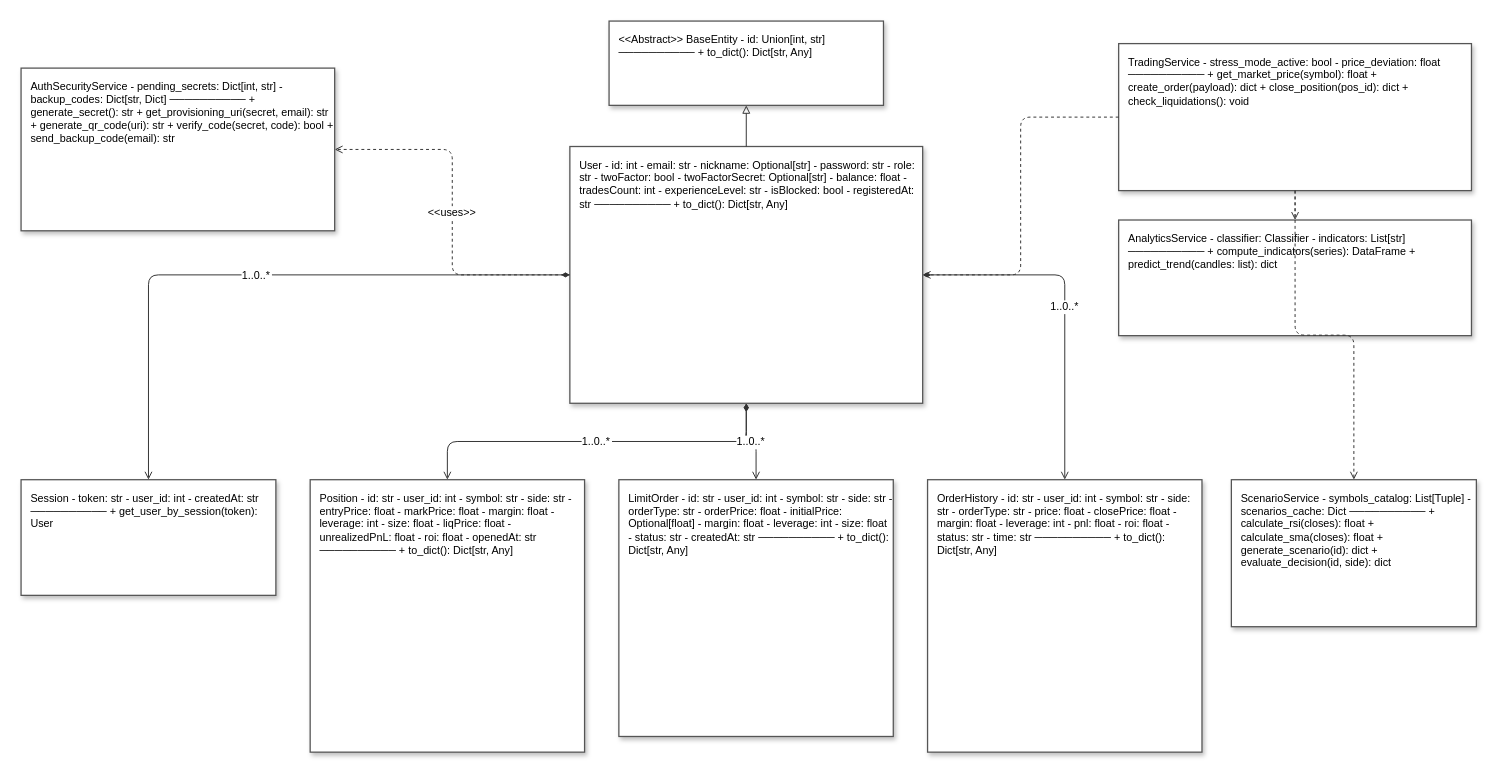
Above: page "2 Діаграма класів" (3 of 10) of ByGigaBit_8_діаграм.drawio in Hast1k/bygigabit (draw.io), before the change. Source tidied: cells renumbered, new cells numbered last; positions are measured from the earlier drawing's top-left corner, leaving out a move shared by most shapes. Both pictures are drawn from the tidied source at 98%, with x=0, y=0 at pixel (21, 21).
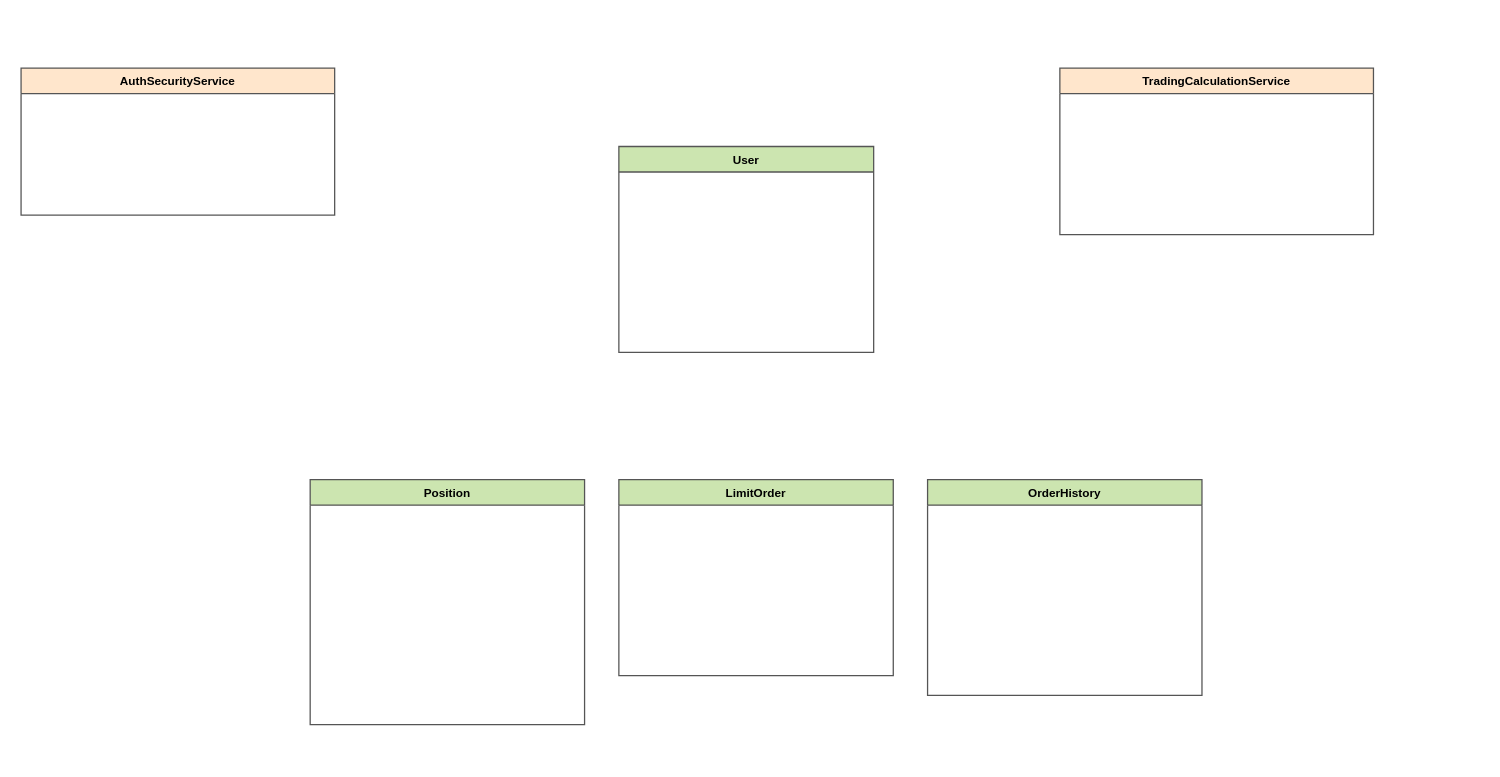
After the change.

Diff of the diagram source:
```diff
@@
-    <mxCell id="2" value="&lt;&lt;Abstract&gt;&gt; BaseEntity  - id: Union[int, str] ────────── + to_dict(): Dict[str, Any]" style="rounded=0;whiteSpace=wrap;html=0;fillColor=#ffffff;strokeColor=#555555;strokeWidth=1.3;align=left;verticalAlign=top;spacingLeft=8;spacingTop=6;fontSize=11;shadow=1;" parent="1" vertex="1">
-      <mxGeometry x="600" width="280" height="86" as="geometry" />
+    <mxCell id="2" value="User" style="swimlane;fontStyle=1;align=center;verticalAlign=top;horizontal=1;startSize=26;html=0;fillColor=#cce5b0;strokeColor=#555555;strokeWidth=1.3;" parent="1" vertex="1">
+      <mxGeometry x="610" y="128" width="260" height="210" as="geometry" />
     </mxCell>
-    <mxCell id="3" value="User  - id: int - email: str - nickname: Optional[str] - password: str - role: str - twoFactor: bool - twoFactorSecret: Optional[str] - balance: float - tradesCount: int - experienceLevel: str - isBlocked: bool - registeredAt: str ────────── + to_dict(): Dict[str, Any]" style="rounded=0;whiteSpace=wrap;html=0;fillColor=#ffffff;strokeColor=#555555;strokeWidth=1.3;align=left;verticalAlign=top;spacingLeft=8;spacingTop=6;fontSize=11;shadow=1;" parent="1" vertex="1">
-      <mxGeometry x="560" y="128" width="360" height="262" as="geometry" />
+    <mxCell id="3" value="Position" style="swimlane;fontStyle=1;align=center;verticalAlign=top;horizontal=1;startSize=26;html=0;fillColor=#cce5b0;strokeColor=#555555;strokeWidth=1.3;" parent="1" vertex="1">
+      <mxGeometry x="295" y="468" width="280" height="250" as="geometry" />
     </mxCell>
-    <mxCell id="4" value="Session  - token: str - user_id: int - createdAt: str ────────── + get_user_by_session(token): User" style="rounded=0;whiteSpace=wrap;html=0;fillColor=#ffffff;strokeColor=#555555;strokeWidth=1.3;align=left;verticalAlign=top;spacingLeft=8;spacingTop=6;fontSize=11;shadow=1;" parent="1" vertex="1">
-      <mxGeometry y="468" width="260" height="118" as="geometry" />
+    <mxCell id="4" value="LimitOrder" style="swimlane;fontStyle=1;align=center;verticalAlign=top;horizontal=1;startSize=26;html=0;fillColor=#cce5b0;strokeColor=#555555;strokeWidth=1.3;" parent="1" vertex="1">
+      <mxGeometry x="610" y="468" width="280" height="200" as="geometry" />
     </mxCell>
-    <mxCell id="5" value="Position  - id: str - user_id: int - symbol: str - side: str - entryPrice: float - markPrice: float - margin: float - leverage: int - size: float - liqPrice: float - unrealizedPnL: float - roi: float - openedAt: str ────────── + to_dict(): Dict[str, Any]" style="rounded=0;whiteSpace=wrap;html=0;fillColor=#ffffff;strokeColor=#555555;strokeWidth=1.3;align=left;verticalAlign=top;spacingLeft=8;spacingTop=6;fontSize=11;shadow=1;" parent="1" vertex="1">
-      <mxGeometry x="295" y="468" width="280" height="278" as="geometry" />
+    <mxCell id="5" value="OrderHistory" style="swimlane;fontStyle=1;align=center;verticalAlign=top;horizontal=1;startSize=26;html=0;fillColor=#cce5b0;strokeColor=#555555;strokeWidth=1.3;" parent="1" vertex="1">
+      <mxGeometry x="925" y="468" width="280" height="220" as="geometry" />
     </mxCell>
-    <mxCell id="6" value="LimitOrder  - id: str - user_id: int - symbol: str - side: str - orderType: str - orderPrice: float - initialPrice: Optional[float] - margin: float - leverage: int - size: float - status: str - createdAt: str ────────── + to_dict(): Dict[str, Any]" style="rounded=0;whiteSpace=wrap;html=0;fillColor=#ffffff;strokeColor=#555555;strokeWidth=1.3;align=left;verticalAlign=top;spacingLeft=8;spacingTop=6;fontSize=11;shadow=1;" parent="1" vertex="1">
-      <mxGeometry x="610" y="468" width="280" height="262" as="geometry" />
+    <mxCell id="6" value="AuthSecurityService" style="swimlane;fontStyle=1;align=center;verticalAlign=top;horizontal=1;startSize=26;html=0;fillColor=#ffe6cc;strokeColor=#555555;strokeWidth=1.3;" parent="1" vertex="1">
+      <mxGeometry y="48" width="320" height="150" as="geometry" />
     </mxCell>
-    <mxCell id="7" value="OrderHistory  - id: str - user_id: int - symbol: str - side: str - orderType: str - price: float - closePrice: float - margin: float - leverage: int - pnl: float - roi: float - status: str - time: str ────────── + to_dict(): Dict[str, Any]" style="rounded=0;whiteSpace=wrap;html=0;fillColor=#ffffff;strokeColor=#555555;strokeWidth=1.3;align=left;verticalAlign=top;spacingLeft=8;spacingTop=6;fontSize=11;shadow=1;" parent="1" vertex="1">
-      <mxGeometry x="925" y="468" width="280" height="278" as="geometry" />
+    <mxCell id="7" value="TradingCalculationService" style="swimlane;fontStyle=1;align=center;verticalAlign=top;horizontal=1;startSize=26;html=0;fillColor=#ffe6cc;strokeColor=#555555;strokeWidth=1.3;" parent="1" vertex="1">
+      <mxGeometry x="1060" y="48" width="320" height="170" as="geometry" />
     </mxCell>
-    <mxCell id="8" value="AuthSecurityService  - pending_secrets: Dict[int, str] - backup_codes: Dict[str, Dict] ────────── + generate_secret(): str + get_provisioning_uri(secret, email): str + generate_qr_code(uri): str + verify_code(secret, code): bool + send_backup_code(email): str" style="rounded=0;whiteSpace=wrap;html=0;fillColor=#ffffff;strokeColor=#555555;strokeWidth=1.3;align=left;verticalAlign=top;spacingLeft=8;spacingTop=6;fontSize=11;shadow=1;" parent="1" vertex="1">
-      <mxGeometry y="48" width="320" height="166" as="geometry" />
-    </mxCell>
-    <mxCell id="9" value="TradingService  - stress_mode_active: bool - price_deviation: float ────────── + get_market_price(symbol): float + create_order(payload): dict + close_position(pos_id): dict + check_liquidations(): void" style="rounded=0;whiteSpace=wrap;html=0;fillColor=#ffffff;strokeColor=#555555;strokeWidth=1.3;align=left;verticalAlign=top;spacingLeft=8;spacingTop=6;fontSize=11;shadow=1;" parent="1" vertex="1">
-      <mxGeometry x="1120" y="23" width="360" height="150" as="geometry" />
-    </mxCell>
-    <mxCell id="10" value="AnalyticsService  - classifier: Classifier - indicators: List[str] ────────── + compute_indicators(series): DataFrame + predict_trend(candles: list): dict" style="rounded=0;whiteSpace=wrap;html=0;fillColor=#ffffff;strokeColor=#555555;strokeWidth=1.3;align=left;verticalAlign=top;spacingLeft=8;spacingTop=6;fontSize=11;shadow=1;" parent="1" vertex="1">
-      <mxGeometry x="1120" y="203" width="360" height="118" as="geometry" />
-    </mxCell>
-    <mxCell id="11" value="ScenarioService  - symbols_catalog: List[Tuple] - scenarios_cache: Dict ────────── + calculate_rsi(closes): float + calculate_sma(closes): float + generate_scenario(id): dict + evaluate_decision(id, side): dict" style="rounded=0;whiteSpace=wrap;html=0;fillColor=#ffffff;strokeColor=#555555;strokeWidth=1.3;align=left;verticalAlign=top;spacingLeft=8;spacingTop=6;fontSize=11;shadow=1;" parent="1" vertex="1">
-      <mxGeometry x="1235" y="468" width="250" height="150" as="geometry" />
-    </mxCell>
-    <mxCell id="12" style="edgeStyle=orthogonalEdgeStyle;endArrow=block;endFill=0;strokeColor=#333333;" parent="1" edge="1" source="3" target="2">
-      <mxGeometry relative="1" as="geometry" />
-    </mxCell>
-    <mxCell id="13" value="1..0..*" style="edgeStyle=orthogonalEdgeStyle;startArrow=diamondThin;startFill=1;endArrow=open;endFill=0;strokeColor=#333333;" parent="1" edge="1" source="3" target="4">
-      <mxGeometry relative="1" as="geometry" />
-    </mxCell>
-    <mxCell id="14" value="1..0..*" style="edgeStyle=orthogonalEdgeStyle;startArrow=diamondThin;startFill=1;endArrow=open;endFill=0;strokeColor=#333333;" parent="1" edge="1" source="3" target="5">
-      <mxGeometry relative="1" as="geometry" />
-    </mxCell>
-    <mxCell id="15" value="1..0..*" style="edgeStyle=orthogonalEdgeStyle;startArrow=diamondThin;startFill=1;endArrow=open;endFill=0;strokeColor=#333333;" parent="1" edge="1" source="3" target="6">
-      <mxGeometry relative="1" as="geometry" />
-    </mxCell>
-    <mxCell id="16" value="1..0..*" style="edgeStyle=orthogonalEdgeStyle;startArrow=diamondThin;startFill=1;endArrow=open;endFill=0;strokeColor=#333333;" parent="1" edge="1" source="3" target="7">
-      <mxGeometry relative="1" as="geometry" />
-    </mxCell>
-    <mxCell id="17" value="&lt;&lt;uses&gt;&gt;" style="edgeStyle=orthogonalEdgeStyle;dashed=1;endArrow=open;endFill=0;strokeColor=#333333;" parent="1" edge="1" source="3" target="8">
-      <mxGeometry relative="1" as="geometry" />
-    </mxCell>
-    <mxCell id="18" style="edgeStyle=orthogonalEdgeStyle;dashed=1;endArrow=open;endFill=0;strokeColor=#333333;" parent="1" edge="1" source="9" target="3">
-      <mxGeometry relative="1" as="geometry" />
-    </mxCell>
-    <mxCell id="19" style="edgeStyle=orthogonalEdgeStyle;dashed=1;endArrow=open;endFill=0;strokeColor=#333333;" parent="1" edge="1" source="9" target="10">
-      <mxGeometry relative="1" as="geometry" />
-    </mxCell>
-    <mxCell id="20" style="edgeStyle=orthogonalEdgeStyle;dashed=1;endArrow=open;endFill=0;strokeColor=#333333;" parent="1" edge="1" source="9" target="11">
-      <mxGeometry relative="1" as="geometry" />
-    </mxCell>
```
